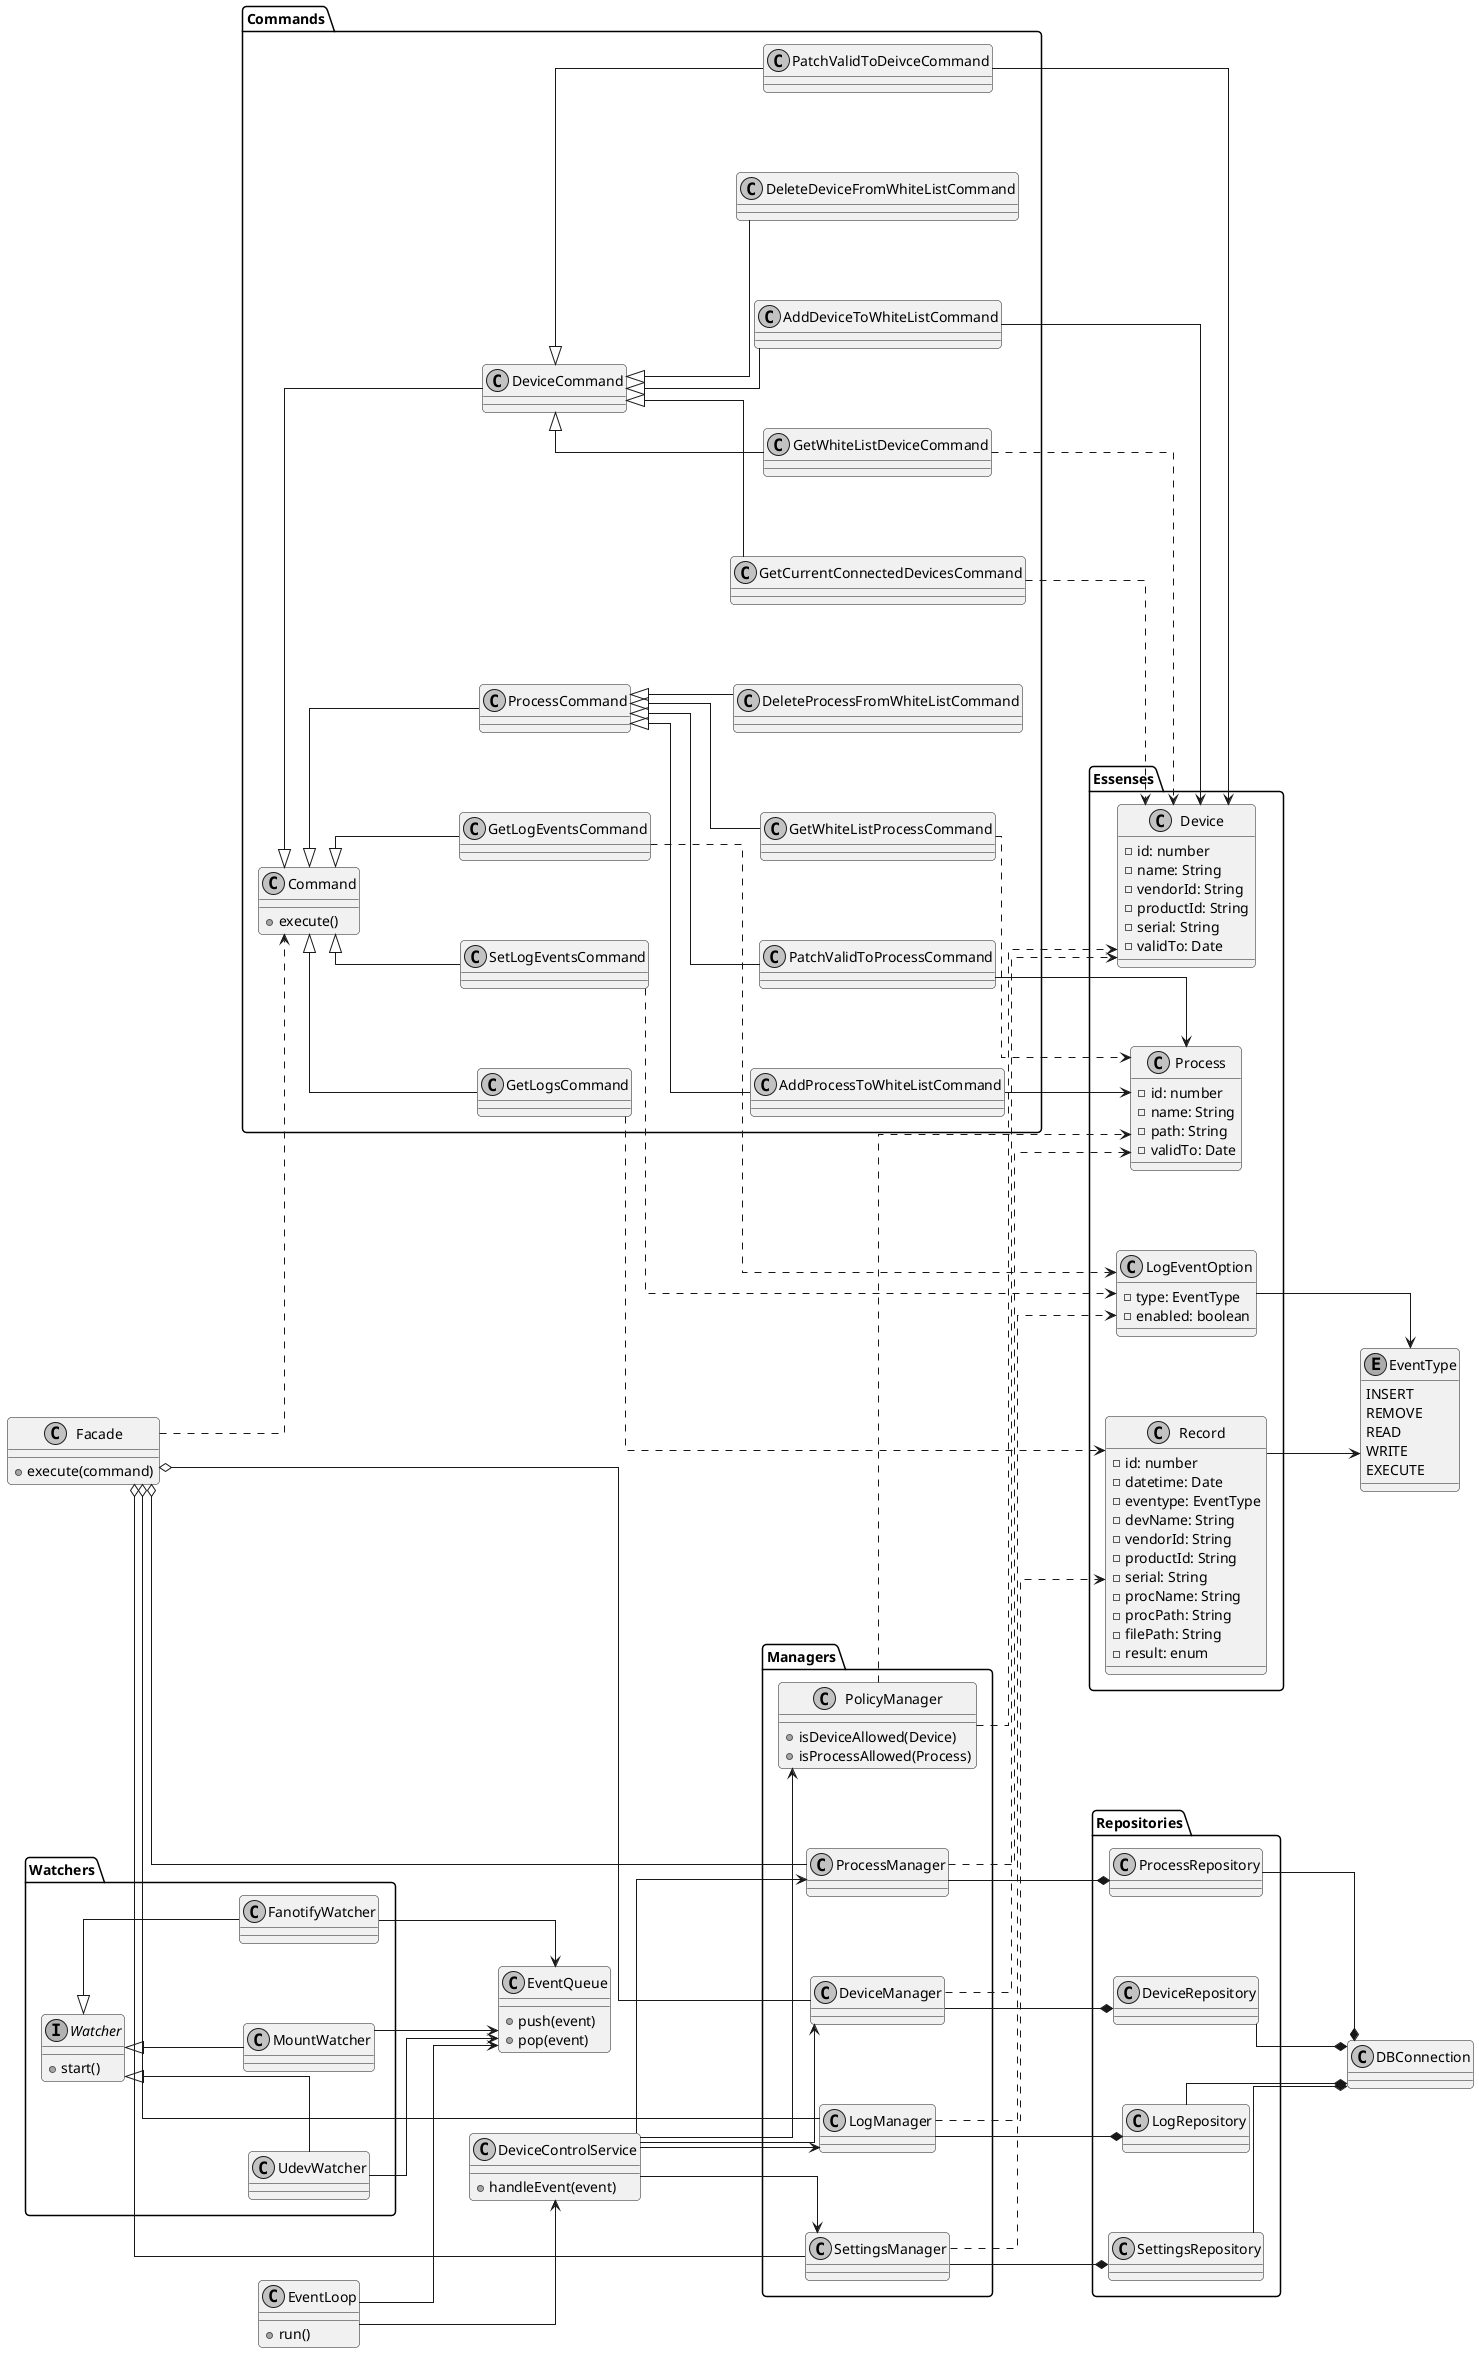
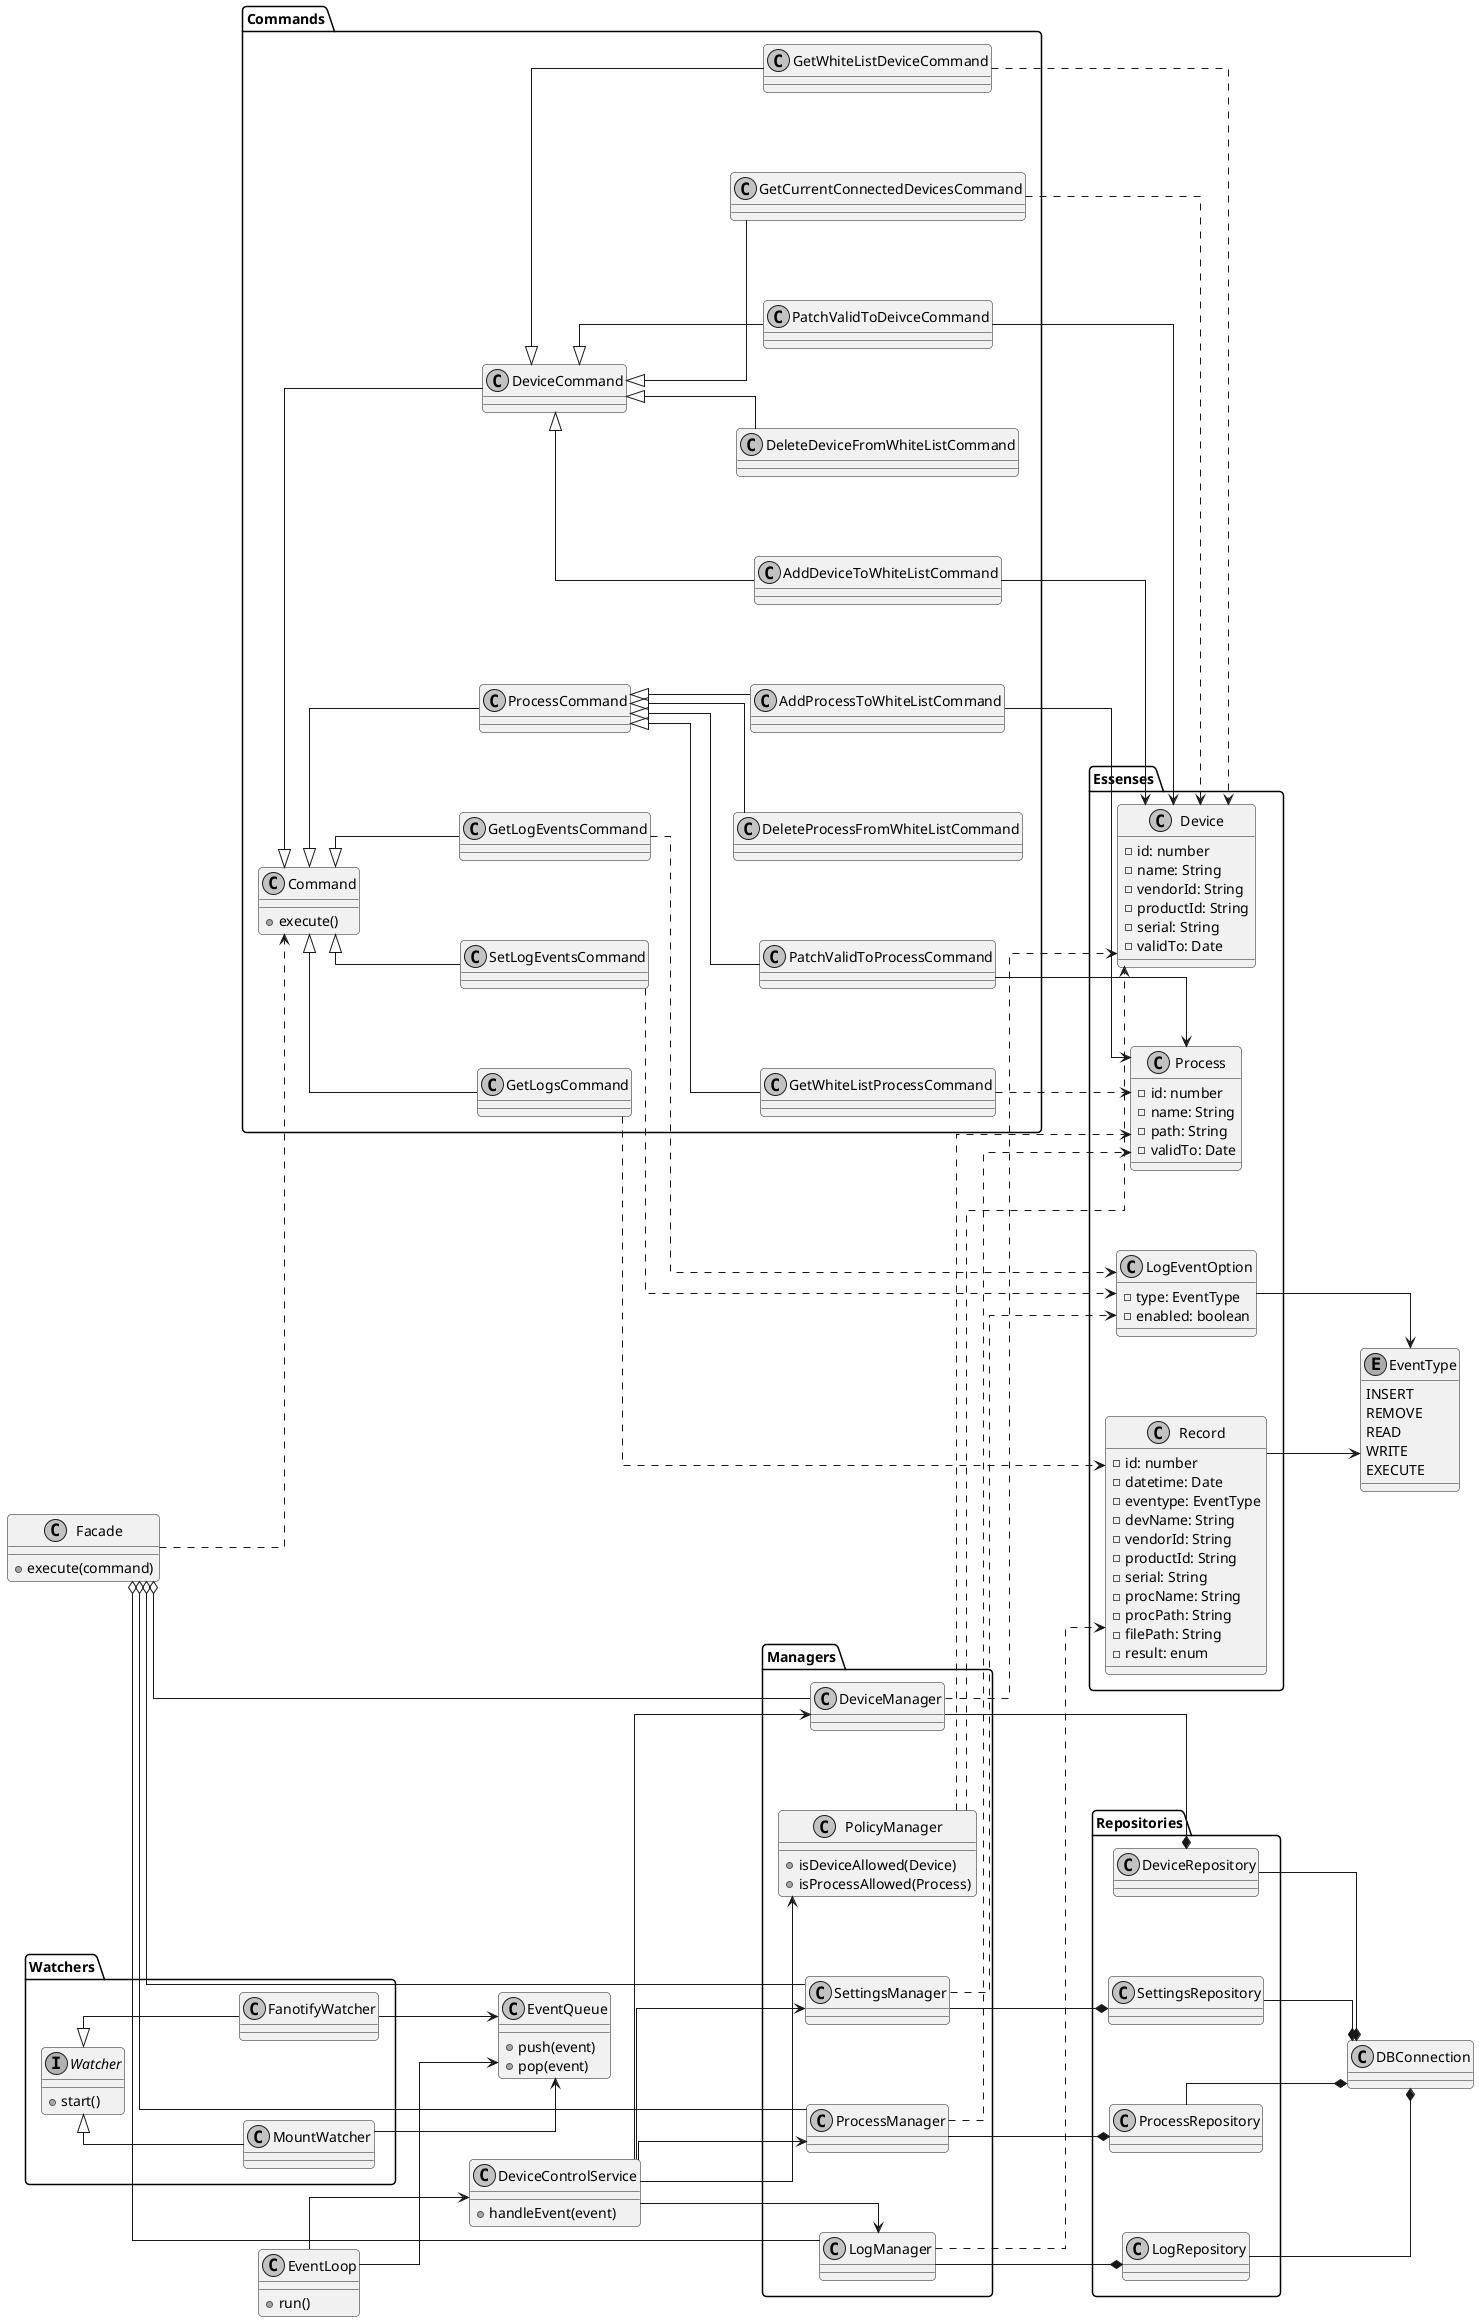
@startuml

skinparam linetype ortho

skinparam shadowing false
skinparam roundcorner 8
skinparam monochrome true

skinparam nodesep 80
skinparam ranksep 80
skinparam packagePadding 20

left to right direction

' =========================
' СУЩНОСТИ
' =========================
enum EventType {
  INSERT
  REMOVE
  READ
  WRITE
  EXECUTE
}
package "Essenses" {
    class Device {
    - id: number
    - name: String
    - vendorId: String
    - productId: String
    - serial: String
    - validTo: Date
    }
    class Process {
    - id: number
    - name: String
    - path: String
    - validTo: Date
    }
    class Record {
    - id: number
    - datetime: Date
    - eventype: EventType
    - devName: String
    - vendorId: String
    - productId: String
    - serial: String
    - procName: String
    - procPath: String
    - filePath: String
    - result: enum
    }
    class LogEventOption {
    - type: EventType
    - enabled: boolean
    }
}

Record --> EventType
LogEventOption --> EventType

' =========================
' РЕПОЗИТОРИИ
' =========================
package "Repositories" {
  class SettingsRepository
  class DeviceRepository
  class ProcessRepository
  class LogRepository
}

class DBConnection

SettingsRepository --* DBConnection
DeviceRepository --* DBConnection
ProcessRepository --* DBConnection
LogRepository --* DBConnection

' =========================
' МЕНЕДЖЕРЫ
' =========================
package "Managers" {
  class SettingsManager
  class DeviceManager
  class ProcessManager
  class LogManager
  class PolicyManager {
    +isDeviceAllowed(Device)
    +isProcessAllowed(Process)
  }
}

SettingsManager --* SettingsRepository
DeviceManager --* DeviceRepository
ProcessManager --* ProcessRepository
LogManager --* LogRepository

DeviceManager ..> Device
ProcessManager ..> Process
LogManager ..> Record
SettingsManager ..> LogEventOption

PolicyManager ..> Device
PolicyManager ..> Process

' =========================
' ФАСАД
' =========================
class Facade {
  +execute(command)
}

Facade o-- SettingsManager
Facade o-- DeviceManager
Facade o-- LogManager
Facade o-- ProcessManager

' =========================
' КОМАНДЫ
' =========================
package "Commands" {
  class Command {
    +execute()
  }
  class DeviceCommand
  class SetLogEventsCommand
  class GetLogEventsCommand
  class ProcessCommand
  class GetLogsCommand

  class GetWhiteListDeviceCommand
  class AddDeviceToWhiteListCommand
  class DeleteDeviceFromWhiteListCommand
  class PatchValidToDeivceCommand
  class GetCurrentConnectedDevicesCommand

  class GetWhiteListProcessCommand
  class AddProcessToWhiteListCommand
  class DeleteProcessFromWhiteListCommand
  class PatchValidToProcessCommand
}

Command <|-- DeviceCommand
Command <|-- SetLogEventsCommand
Command <|-- GetLogEventsCommand
Command <|-- ProcessCommand
Command <|-- GetLogsCommand

Facade ..> Command

GetLogsCommand ..> Record
SetLogEventsCommand ..> LogEventOption
GetLogEventsCommand ..> LogEventOption

DeviceCommand <|-- GetWhiteListDeviceCommand
DeviceCommand <|-- AddDeviceToWhiteListCommand
DeviceCommand <|-- DeleteDeviceFromWhiteListCommand
DeviceCommand <|-- PatchValidToDeivceCommand
DeviceCommand <|-- GetCurrentConnectedDevicesCommand

GetCurrentConnectedDevicesCommand ..> Device
PatchValidToDeivceCommand --> Device
AddDeviceToWhiteListCommand --> Device
GetWhiteListDeviceCommand ..> Device

ProcessCommand <|-- GetWhiteListProcessCommand
ProcessCommand <|-- AddProcessToWhiteListCommand
ProcessCommand <|-- DeleteProcessFromWhiteListCommand
ProcessCommand <|-- PatchValidToProcessCommand

PatchValidToProcessCommand --> Process
AddProcessToWhiteListCommand --> Process
GetWhiteListProcessCommand ..> Process

' =========================
' WATCHERS
' =========================
package "Watchers" {
interface Watcher {
    +start()
}

- class UdevWatcher
class MountWatcher
class FanotifyWatcher
}

- Watcher <|-- UdevWatcher
Watcher <|-- MountWatcher
Watcher <|-- FanotifyWatcher

' =========================
' ОЧЕРЕДЬ
' =========================
class EventQueue {
    +push(event)
    +pop(event)
}

' =========================
' ДИСПЕТЧЕР / WORKER
' =========================
class EventLoop {
    +run()
}

EventLoop --> EventQueue

' =========================
' ГЛАВНЫЙ СЕРВИС (ядро)
' =========================
class DeviceControlService {
    +handleEvent(event)
}

EventLoop --> DeviceControlService

DeviceControlService --> DeviceManager
DeviceControlService --> ProcessManager
DeviceControlService --> LogManager
DeviceControlService --> SettingsManager
DeviceControlService --> PolicyManager

- UdevWatcher --> EventQueue
MountWatcher --> EventQueue
FanotifyWatcher --> EventQueue

@enduml